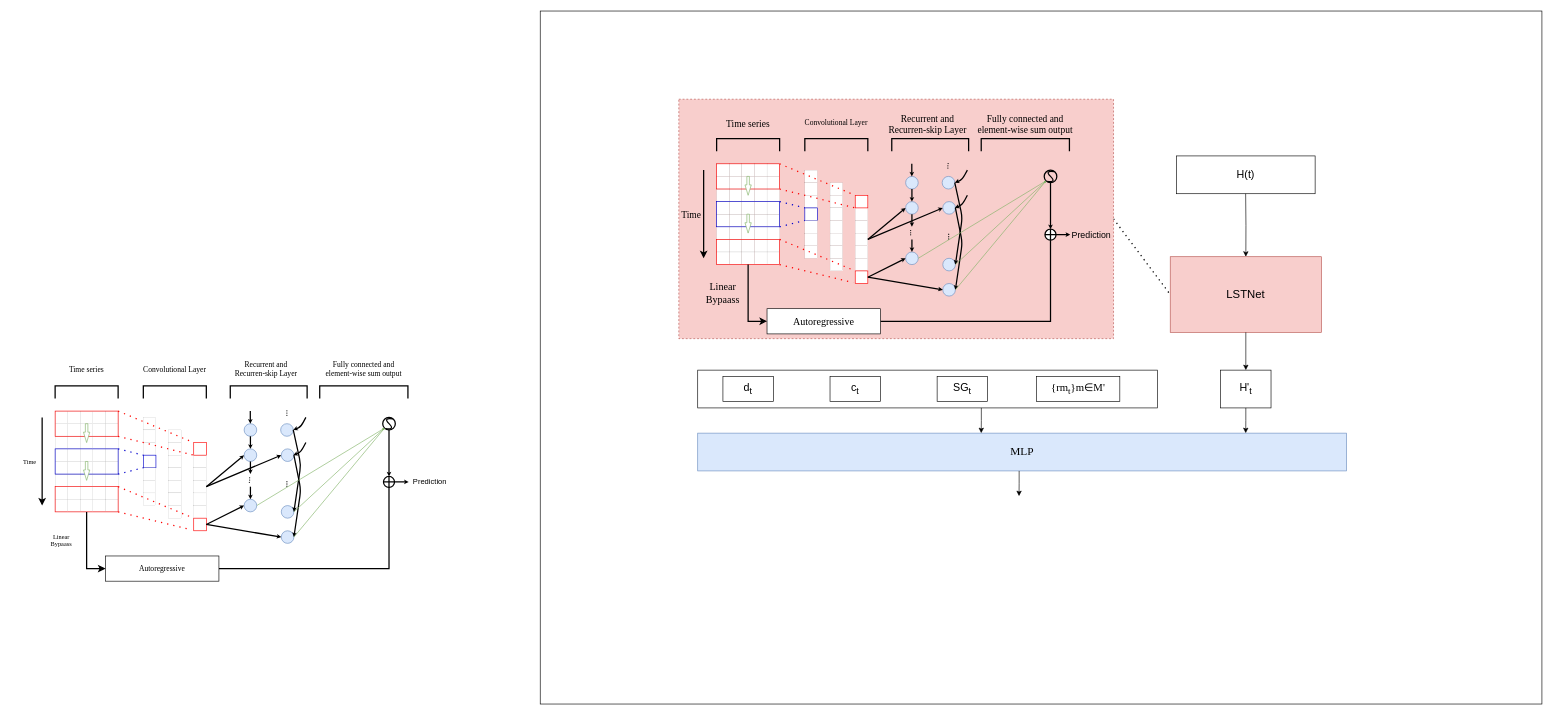
Earlier version of the draw.io diagram dqnmodel.drawio (lishuai-0/picture_source_file_draw_io). Source tidied: cells renumbered, new cells numbered last; positions are measured from the earlier drawing's top-left corner, leaving out a move shared by most shapes. Both pictures are drawn from the tidied source at 63%, with x=0, y=0 at pixel (11, 11).
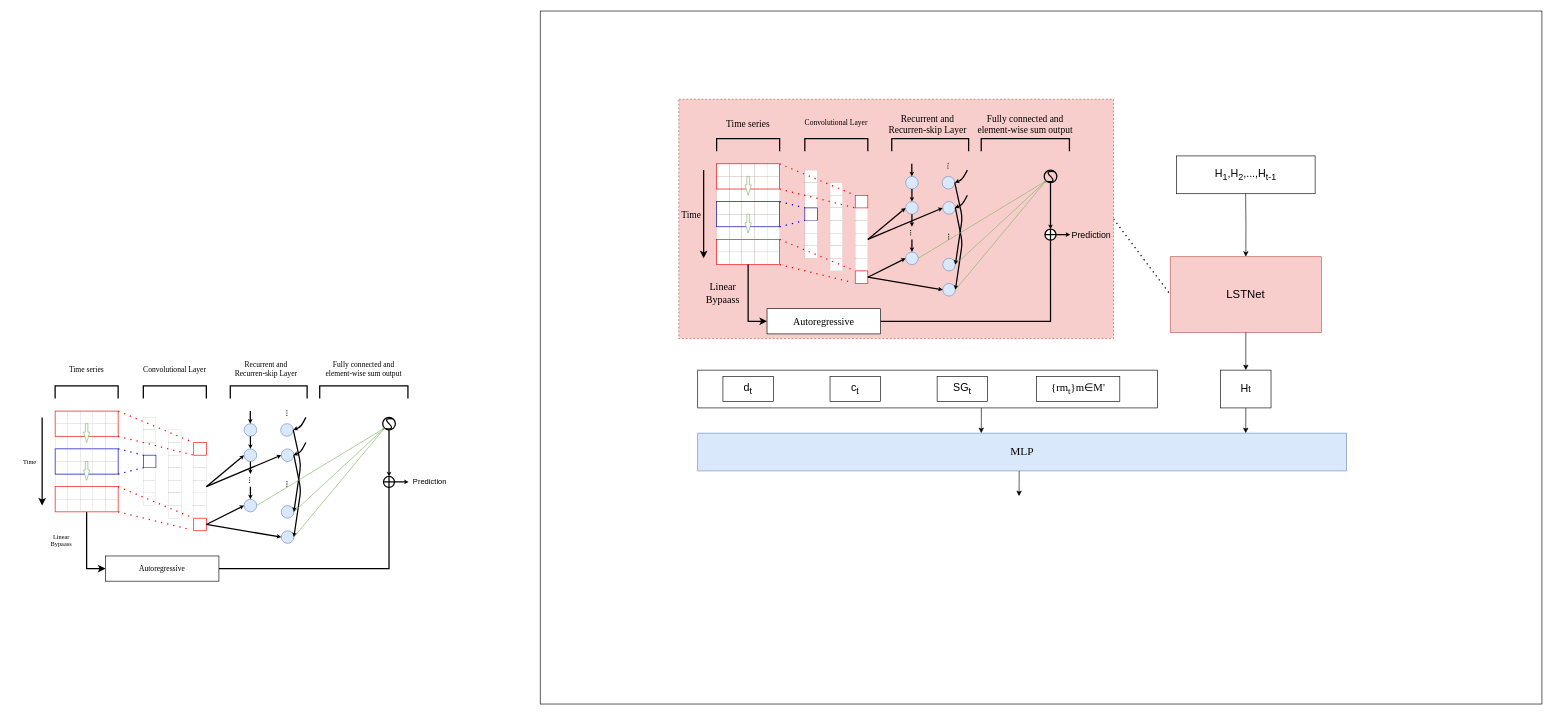
After the change.

The edit, as a diff of the source:
```diff
@@
-    <mxCell id="130" value="&lt;font style=&quot;font-size: 17px;&quot;&gt;H'&lt;sub&gt;t&lt;/sub&gt;&lt;/font&gt;" style="rounded=0;whiteSpace=wrap;html=1;" parent="1" vertex="1">
+    <mxCell id="130" value="&lt;font style=&quot;font-size: 17px;&quot;&gt;H&lt;/font&gt;&lt;font style=&quot;font-size: 14.1667px;&quot;&gt;t&lt;/font&gt;" style="rounded=0;whiteSpace=wrap;html=1;" parent="1" vertex="1">
       <mxGeometry x="1920" y="570" width="80" height="60" as="geometry" />
     </mxCell>
@@
-    <mxCell id="132" value="&lt;font style=&quot;font-size: 17px;&quot;&gt;H(t)&lt;/font&gt;" style="rounded=0;whiteSpace=wrap;html=1;" parent="1" vertex="1">
+    <mxCell id="132" value="&lt;font style=&quot;font-size: 17px;&quot;&gt;H&lt;sub&gt;1&lt;/sub&gt;,H&lt;sub&gt;2&lt;/sub&gt;,...,H&lt;sub&gt;t-1&lt;/sub&gt;&lt;/font&gt;" style="rounded=0;whiteSpace=wrap;html=1;" parent="1" vertex="1">
       <mxGeometry x="1850" y="230" width="220" height="60" as="geometry" />
     </mxCell>
```
